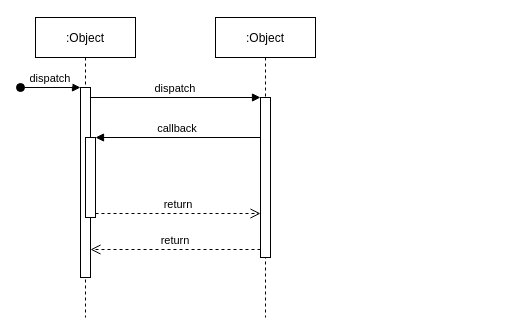
therealdandong/dragonknight keeps this draw.io diagram as asdfDiagram.drawio. Above is the earlier version. Source tidied: cells renumbered, new cells numbered last; positions are measured from the earlier drawing's top-left corner, leaving out a move shared by most shapes. Both pictures are drawn from the tidied source at 100%, with x=0, y=0 at pixel (20, 17).
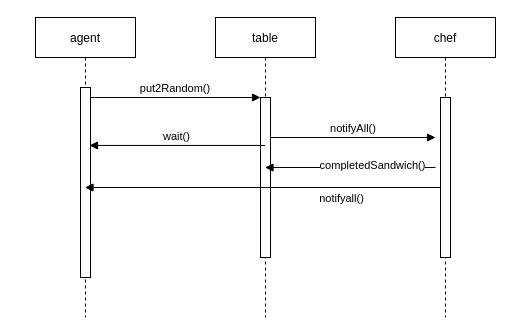
The same diagram, later.

The edit, as a diff of the source:
```diff
@@
 <mxGraphModel>
   <root>
     <mxCell id="0" />
     <mxCell id="1" parent="0" />
-    <mxCell id="2" value=":Object" style="shape=umlLifeline;perimeter=lifelinePerimeter;rounded=0;shadow=0;strokeWidth=1;" parent="1" vertex="1">
+    <mxCell id="2" value="agent" style="shape=umlLifeline;perimeter=lifelinePerimeter;rounded=0;shadow=0;strokeWidth=1;" parent="1" vertex="1">
       <mxGeometry x="15" width="100" height="300" as="geometry" />
     </mxCell>
     <mxCell id="3" style="points=[];perimeter=orthogonalPerimeter;rounded=0;shadow=0;strokeWidth=1;" parent="2" vertex="1">
       <mxGeometry x="45" y="70" width="10" height="190" as="geometry" />
     </mxCell>
-    <mxCell id="4" value="dispatch" style="verticalAlign=bottom;startArrow=oval;endArrow=block;startSize=8;shadow=0;strokeWidth=1;" parent="2" edge="1" target="3">
-      <mxGeometry relative="1" as="geometry">
-        <mxPoint x="-15" y="70" as="sourcePoint" />
-      </mxGeometry>
-    </mxCell>
-    <mxCell id="5" style="points=[];perimeter=orthogonalPerimeter;rounded=0;shadow=0;strokeWidth=1;" parent="2" vertex="1">
-      <mxGeometry x="50" y="120" width="10" height="80" as="geometry" />
-    </mxCell>
-    <mxCell id="6" value=":Object" style="shape=umlLifeline;perimeter=lifelinePerimeter;rounded=0;shadow=0;strokeWidth=1;" parent="1" vertex="1">
+    <mxCell id="6" value="table" style="shape=umlLifeline;perimeter=lifelinePerimeter;rounded=0;shadow=0;strokeWidth=1;" parent="1" vertex="1">
       <mxGeometry x="195" width="100" height="300" as="geometry" />
     </mxCell>
     <mxCell id="7" style="points=[];perimeter=orthogonalPerimeter;rounded=0;shadow=0;strokeWidth=1;" parent="6" vertex="1">
       <mxGeometry x="45" y="80" width="10" height="160" as="geometry" />
     </mxCell>
-    <mxCell id="8" value="return" style="verticalAlign=bottom;endArrow=open;dashed=1;endSize=8;exitX=0;exitY=0.95;shadow=0;strokeWidth=1;" parent="1" edge="1" source="7" target="3">
-      <mxGeometry relative="1" as="geometry" />
-    </mxCell>
-    <mxCell id="9" value="dispatch" style="verticalAlign=bottom;endArrow=block;entryX=0;entryY=0;shadow=0;strokeWidth=1;" parent="1" edge="1" source="3" target="7">
+    <mxCell id="9" value="put2Random()" style="verticalAlign=bottom;endArrow=block;entryX=0;entryY=0;shadow=0;strokeWidth=1;" parent="1" edge="1" source="3" target="7">
       <mxGeometry relative="1" as="geometry" />
     </mxCell>
-    <mxCell id="10" value="callback" style="verticalAlign=bottom;endArrow=block;entryX=1;entryY=0;shadow=0;strokeWidth=1;" parent="1" edge="1" source="7" target="5">
-      <mxGeometry relative="1" as="geometry" />
+    <mxCell id="10" value="notifyAll()" style="verticalAlign=bottom;endArrow=block;shadow=0;strokeWidth=1;" parent="1" edge="1" source="7">
+      <mxGeometry relative="1" as="geometry">
+        <mxPoint x="415" y="120" as="targetPoint" />
+      </mxGeometry>
     </mxCell>
-    <mxCell id="11" value="return" style="verticalAlign=bottom;endArrow=open;dashed=1;endSize=8;exitX=1;exitY=0.95;shadow=0;strokeWidth=1;" parent="1" edge="1" source="5" target="7">
-      <mxGeometry relative="1" as="geometry" />
-    </mxCell>
+    <mxCell id="12" value="chef" style="shape=umlLifeline;perimeter=lifelinePerimeter;rounded=0;shadow=0;strokeWidth=1;" parent="1" vertex="1">
+      <mxGeometry x="375" width="100" height="300" as="geometry" />
+    </mxCell>
+    <mxCell id="13" style="perimeter=orthogonalPerimeter;rounded=0;shadow=0;strokeWidth=1;" parent="12" vertex="1">
+      <mxGeometry x="45" y="80" width="10" height="160" as="geometry" />
+    </mxCell>
+    <mxCell id="14" style="verticalAlign=bottom;endArrow=block;shadow=0;strokeWidth=1;" parent="1" edge="1" target="6">
+      <mxGeometry relative="1" as="geometry">
+        <mxPoint x="415" y="150" as="sourcePoint" />
+      </mxGeometry>
+    </mxCell>
+    <mxCell id="15" value="completedSandwich()" style="edgeLabel;html=1;align=center;verticalAlign=middle;" parent="14" vertex="1">
+      <mxGeometry x="-0.25" y="-3" relative="1" as="geometry" />
+    </mxCell>
+    <mxCell id="16" value="wait()" style="verticalAlign=bottom;endArrow=block;entryX=0.9;entryY=0.305;shadow=0;strokeWidth=1;entryDx=0;entryDy=0;entryPerimeter=0;" parent="1" edge="1" source="6" target="3">
+      <mxGeometry relative="1" as="geometry" />
+    </mxCell>
+    <mxCell id="17" style="verticalAlign=bottom;endArrow=block;shadow=0;strokeWidth=1;" parent="1" edge="1" target="2">
+      <mxGeometry relative="1" as="geometry">
+        <mxPoint x="420" y="170" as="sourcePoint" />
+      </mxGeometry>
+    </mxCell>
+    <mxCell id="18" value="notifyall()" style="edgeLabel;html=1;align=center;verticalAlign=middle;" parent="17" vertex="1">
+      <mxGeometry x="-0.35" y="3" relative="1" as="geometry">
+        <mxPoint x="16" y="7" as="offset" />
+      </mxGeometry>
+    </mxCell>
   </root>
 </mxGraphModel>
```
